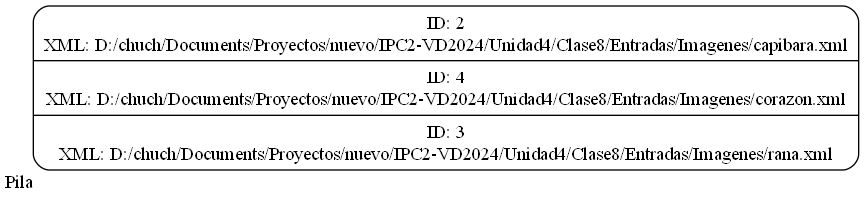
chuchoalm/IPC2_ProyectoVD2024_202200239 keeps this Graphviz diagram as reportes/pila.png. Above is the earlier version. Its source is kept beside it as reportesdot/pila.dot.
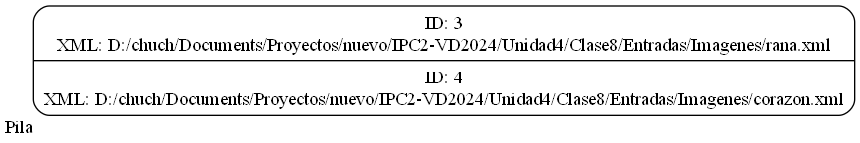
The same file after the commit.

Diff of the diagram source:
```diff
@@ -1,5 +1,5 @@
 digraph G {
     rankdir=LR;
     node[shape=Mrecord];
-    Pila[xlabel="Pila" label="ID: 2\nXML: D:/chuch/Documents/Proyectos/nuevo/IPC2-VD2024/Unidad4/Clase8/Entradas/Imagenes/capibara.xml|ID: 4\nXML: D:/chuch/Documents/Proyectos/nuevo/IPC2-VD2024/Unidad4/Clase8/Entradas/Imagenes/corazon.xml|ID: 3\nXML: D:/chuch/Documents/Proyectos/nuevo/IPC2-VD2024/Unidad4/Clase8/Entradas/Imagenes/rana.xml"];
+    Pila[xlabel="Pila" label="ID: 3\nXML: D:/chuch/Documents/Proyectos/nuevo/IPC2-VD2024/Unidad4/Clase8/Entradas/Imagenes/rana.xml|ID: 4\nXML: D:/chuch/Documents/Proyectos/nuevo/IPC2-VD2024/Unidad4/Clase8/Entradas/Imagenes/corazon.xml"];
 }
```
